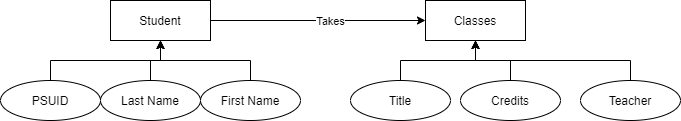
This is Images/IST210Intro.png from rps5738/IST-210, a draw.io export, as it was before one commit. Source tidied: cells renumbered, new cells last; positions are measured from the earlier drawing's top-left corner, leaving out a move shared by most shapes.
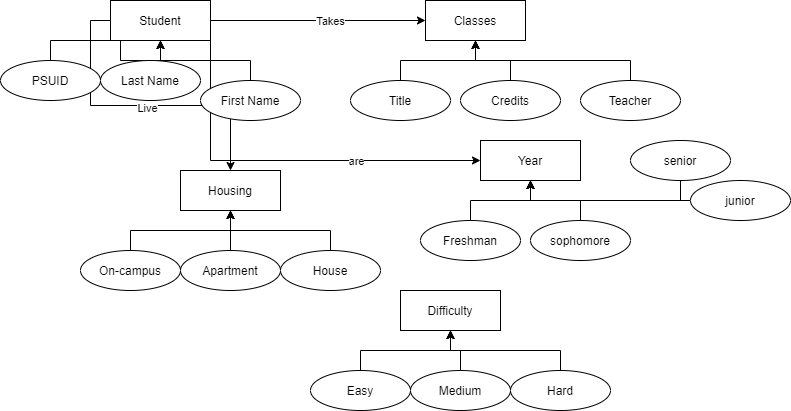
The same diagram one commit later.

The edit, as a diff of the source:
```diff
@@ -8,6 +8,18 @@
     <mxCell id="3" value="Takes" style="edgeLabel;html=1;align=center;verticalAlign=middle;" parent="2" vertex="1">
       <mxGeometry x="0.11" relative="1" as="geometry" />
     </mxCell>
+    <mxCell id="18" style="edgeStyle=orthogonalEdgeStyle;rounded=0;jettySize=auto;html=1;exitX=0;exitY=0.5;exitDx=0;exitDy=0;entryX=0.5;entryY=0;entryDx=0;entryDy=0;" parent="1" edge="1" source="4" target="22">
+      <mxGeometry relative="1" as="geometry" />
+    </mxCell>
+    <mxCell id="19" value="Live" style="edgeLabel;html=1;align=center;verticalAlign=middle;" parent="18" vertex="1">
+      <mxGeometry x="0.04" y="-2" relative="1" as="geometry" />
+    </mxCell>
+    <mxCell id="20" style="edgeStyle=orthogonalEdgeStyle;rounded=0;jettySize=auto;html=1;exitX=1;exitY=1;exitDx=0;exitDy=0;entryX=0;entryY=0.5;entryDx=0;entryDy=0;" parent="1" edge="1" source="4" target="29">
+      <mxGeometry relative="1" as="geometry" />
+    </mxCell>
+    <mxCell id="21" value="are" style="edgeLabel;html=1;align=center;verticalAlign=middle;" parent="20" vertex="1">
+      <mxGeometry x="0.36" relative="1" as="geometry" />
+    </mxCell>
     <mxCell id="4" value="Student" style="whiteSpace=wrap;html=1;align=center;" parent="1" vertex="1">
       <mxGeometry x="110" width="100" height="40" as="geometry" />
     </mxCell>
@@ -15,13 +27,13 @@
       <mxGeometry relative="1" as="geometry" />
     </mxCell>
     <mxCell id="6" value="PSUID" style="ellipse;whiteSpace=wrap;html=1;align=center;" parent="1" vertex="1">
-      <mxGeometry y="80" width="100" height="40" as="geometry" />
+      <mxGeometry y="60" width="100" height="40" as="geometry" />
     </mxCell>
     <mxCell id="7" style="edgeStyle=orthogonalEdgeStyle;rounded=0;jettySize=auto;html=1;exitX=0.5;exitY=0;exitDx=0;exitDy=0;entryX=0.5;entryY=1;entryDx=0;entryDy=0;" parent="1" edge="1" source="8" target="4">
       <mxGeometry relative="1" as="geometry" />
     </mxCell>
     <mxCell id="8" value="Last Name" style="ellipse;whiteSpace=wrap;html=1;align=center;" parent="1" vertex="1">
-      <mxGeometry x="100" y="80" width="100" height="40" as="geometry" />
+      <mxGeometry x="100" y="60" width="100" height="40" as="geometry" />
     </mxCell>
     <mxCell id="9" style="edgeStyle=orthogonalEdgeStyle;rounded=0;jettySize=auto;html=1;exitX=0.5;exitY=0;exitDx=0;exitDy=0;" parent="1" edge="1" source="10" target="4">
       <mxGeometry relative="1" as="geometry" />
@@ -50,5 +62,74 @@
     <mxCell id="17" value="Teacher" style="ellipse;whiteSpace=wrap;html=1;align=center;" parent="1" vertex="1">
       <mxGeometry x="580" y="80" width="100" height="40" as="geometry" />
     </mxCell>
+    <mxCell id="22" value="Housing" style="whiteSpace=wrap;html=1;align=center;" parent="1" vertex="1">
+      <mxGeometry x="180" y="170" width="100" height="40" as="geometry" />
+    </mxCell>
+    <mxCell id="23" style="edgeStyle=orthogonalEdgeStyle;rounded=0;jettySize=auto;html=1;exitX=0.5;exitY=0;exitDx=0;exitDy=0;entryX=0.5;entryY=1;entryDx=0;entryDy=0;" parent="1" edge="1" source="24" target="22">
+      <mxGeometry relative="1" as="geometry" />
+    </mxCell>
+    <mxCell id="24" value="On-campus" style="ellipse;whiteSpace=wrap;html=1;align=center;" parent="1" vertex="1">
+      <mxGeometry x="80" y="250" width="100" height="40" as="geometry" />
+    </mxCell>
+    <mxCell id="25" style="edgeStyle=orthogonalEdgeStyle;rounded=0;jettySize=auto;html=1;exitX=0.5;exitY=0;exitDx=0;exitDy=0;entryX=0.5;entryY=1;entryDx=0;entryDy=0;" parent="1" edge="1" source="26" target="22">
+      <mxGeometry relative="1" as="geometry" />
+    </mxCell>
+    <mxCell id="26" value="Apartment" style="ellipse;whiteSpace=wrap;html=1;align=center;" parent="1" vertex="1">
+      <mxGeometry x="180" y="250" width="100" height="40" as="geometry" />
+    </mxCell>
+    <mxCell id="27" style="edgeStyle=orthogonalEdgeStyle;rounded=0;jettySize=auto;html=1;exitX=0.5;exitY=0;exitDx=0;exitDy=0;entryX=0.5;entryY=1;entryDx=0;entryDy=0;" parent="1" edge="1" source="28" target="22">
+      <mxGeometry relative="1" as="geometry" />
+    </mxCell>
+    <mxCell id="28" value="House" style="ellipse;whiteSpace=wrap;html=1;align=center;" parent="1" vertex="1">
+      <mxGeometry x="280" y="250" width="100" height="40" as="geometry" />
+    </mxCell>
+    <mxCell id="29" value="Year" style="whiteSpace=wrap;html=1;align=center;" parent="1" vertex="1">
+      <mxGeometry x="480" y="140" width="100" height="40" as="geometry" />
+    </mxCell>
+    <mxCell id="30" style="edgeStyle=orthogonalEdgeStyle;rounded=0;jettySize=auto;html=1;exitX=0.5;exitY=0;exitDx=0;exitDy=0;entryX=0.5;entryY=1;entryDx=0;entryDy=0;" parent="1" edge="1" source="31" target="29">
+      <mxGeometry relative="1" as="geometry" />
+    </mxCell>
+    <mxCell id="31" value="Freshman" style="ellipse;whiteSpace=wrap;html=1;align=center;" parent="1" vertex="1">
+      <mxGeometry x="420" y="220" width="100" height="40" as="geometry" />
+    </mxCell>
+    <mxCell id="32" style="edgeStyle=orthogonalEdgeStyle;rounded=0;jettySize=auto;html=1;exitX=0.5;exitY=0;exitDx=0;exitDy=0;entryX=0.5;entryY=1;entryDx=0;entryDy=0;" parent="1" edge="1" source="33" target="29">
+      <mxGeometry relative="1" as="geometry" />
+    </mxCell>
+    <mxCell id="33" value="sophomore" style="ellipse;whiteSpace=wrap;html=1;align=center;" parent="1" vertex="1">
+      <mxGeometry x="530" y="220" width="100" height="40" as="geometry" />
+    </mxCell>
+    <mxCell id="34" style="edgeStyle=orthogonalEdgeStyle;rounded=0;jettySize=auto;html=1;exitX=0;exitY=0.5;exitDx=0;exitDy=0;entryX=0.5;entryY=1;entryDx=0;entryDy=0;" parent="1" edge="1" source="35" target="29">
+      <mxGeometry relative="1" as="geometry" />
+    </mxCell>
+    <mxCell id="35" value="junior" style="ellipse;whiteSpace=wrap;html=1;align=center;" parent="1" vertex="1">
+      <mxGeometry x="690" y="180" width="100" height="40" as="geometry" />
+    </mxCell>
+    <mxCell id="36" style="edgeStyle=orthogonalEdgeStyle;rounded=0;jettySize=auto;html=1;exitX=0.5;exitY=1;exitDx=0;exitDy=0;entryX=0.5;entryY=1;entryDx=0;entryDy=0;" parent="1" edge="1" source="37" target="29">
+      <mxGeometry relative="1" as="geometry" />
+    </mxCell>
+    <mxCell id="37" value="senior" style="ellipse;whiteSpace=wrap;html=1;align=center;" parent="1" vertex="1">
+      <mxGeometry x="630" y="140" width="100" height="40" as="geometry" />
+    </mxCell>
+    <mxCell id="38" value="Difficulty" style="whiteSpace=wrap;html=1;align=center;" parent="1" vertex="1">
+      <mxGeometry x="400" y="290" width="100" height="40" as="geometry" />
+    </mxCell>
+    <mxCell id="39" style="edgeStyle=orthogonalEdgeStyle;rounded=0;jettySize=auto;html=1;exitX=0.5;exitY=0;exitDx=0;exitDy=0;entryX=0.5;entryY=1;entryDx=0;entryDy=0;" parent="1" edge="1" source="40" target="38">
+      <mxGeometry relative="1" as="geometry" />
+    </mxCell>
+    <mxCell id="40" value="Easy" style="ellipse;whiteSpace=wrap;html=1;align=center;" parent="1" vertex="1">
+      <mxGeometry x="310" y="370" width="100" height="40" as="geometry" />
+    </mxCell>
+    <mxCell id="41" style="edgeStyle=orthogonalEdgeStyle;rounded=0;jettySize=auto;html=1;exitX=0.5;exitY=0;exitDx=0;exitDy=0;entryX=0.5;entryY=1;entryDx=0;entryDy=0;" parent="1" edge="1" source="42" target="38">
+      <mxGeometry relative="1" as="geometry" />
+    </mxCell>
+    <mxCell id="42" value="Medium" style="ellipse;whiteSpace=wrap;html=1;align=center;" parent="1" vertex="1">
+      <mxGeometry x="410" y="370" width="100" height="40" as="geometry" />
+    </mxCell>
+    <mxCell id="43" style="edgeStyle=orthogonalEdgeStyle;rounded=0;jettySize=auto;html=1;exitX=0.5;exitY=0;exitDx=0;exitDy=0;entryX=0.5;entryY=1;entryDx=0;entryDy=0;" parent="1" edge="1" source="44" target="38">
+      <mxGeometry relative="1" as="geometry" />
+    </mxCell>
+    <mxCell id="44" value="Hard" style="ellipse;whiteSpace=wrap;html=1;align=center;" parent="1" vertex="1">
+      <mxGeometry x="510" y="370" width="100" height="40" as="geometry" />
+    </mxCell>
   </root>
 </mxGraphModel>
```
